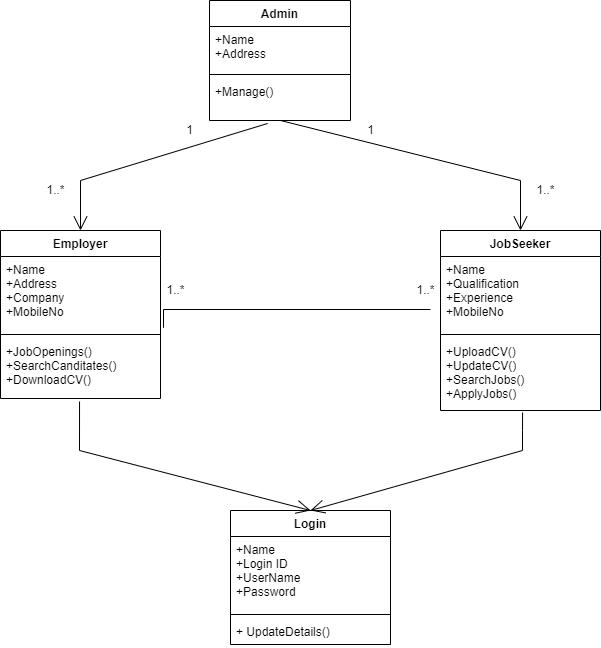
The draw.io diagram java-basics/02-12-2021/UML diagrams/Class Diagram.drawio.png in MuniswamiKokila/UST-prograd-training, before a commit. Source tidied: cells renumbered, new cells last; positions are measured from the earlier drawing's top-left corner, leaving out a move shared by most shapes. Its diagram source:
```xml
<mxGraphModel>
  <root>
    <mxCell id="0" />
    <mxCell id="1" parent="0" />
    <mxCell id="2" value="Admin" style="swimlane;fontStyle=1;align=center;verticalAlign=top;horizontal=1;startSize=26;" parent="1" vertex="1">
      <mxGeometry x="209" width="141" height="120" as="geometry" />
    </mxCell>
    <mxCell id="3" value="+Name&#10;+Address" style="text;strokeColor=none;fillColor=none;align=left;verticalAlign=top;spacingLeft=4;spacingRight=4;overflow=hidden;" parent="2" vertex="1">
      <mxGeometry y="26" width="141" height="44" as="geometry" />
    </mxCell>
    <mxCell id="4" style="line;strokeWidth=1;fillColor=none;align=left;verticalAlign=middle;spacingTop=-1;spacingLeft=3;spacingRight=3;labelPosition=right;" parent="2" vertex="1">
      <mxGeometry y="70" width="141" height="8" as="geometry" />
    </mxCell>
    <mxCell id="5" value="+Manage()" style="text;strokeColor=none;fillColor=none;align=left;verticalAlign=top;spacingLeft=4;spacingRight=4;overflow=hidden;points=[[0,0.5],[1,0.5]];portConstraint=eastwest;" parent="2" vertex="1">
      <mxGeometry y="78" width="141" height="42" as="geometry" />
    </mxCell>
    <mxCell id="6" value="Employer" style="swimlane;fontStyle=1;align=center;verticalAlign=top;horizontal=1;startSize=26;" parent="1" vertex="1">
      <mxGeometry y="230" width="160" height="168" as="geometry" />
    </mxCell>
    <mxCell id="7" value="+Name&#10;+Address&#10;+Company&#10;+MobileNo&#10;" style="text;strokeColor=none;fillColor=none;align=left;verticalAlign=top;spacingLeft=4;spacingRight=4;overflow=hidden;points=[[0,0.5],[1,0.5]];portConstraint=eastwest;" parent="6" vertex="1">
      <mxGeometry y="26" width="160" height="74" as="geometry" />
    </mxCell>
    <mxCell id="8" style="line;strokeWidth=1;fillColor=none;align=left;verticalAlign=middle;spacingTop=-1;spacingLeft=3;spacingRight=3;labelPosition=right;" parent="6" vertex="1">
      <mxGeometry y="100" width="160" height="8" as="geometry" />
    </mxCell>
    <mxCell id="9" value="+JobOpenings()&#10;+SearchCanditates()&#10;+DownloadCV()&#10;" style="text;strokeColor=none;fillColor=none;align=left;verticalAlign=top;spacingLeft=4;spacingRight=4;overflow=hidden;points=[[0,0.5],[1,0.5]];portConstraint=eastwest;" parent="6" vertex="1">
      <mxGeometry y="108" width="160" height="60" as="geometry" />
    </mxCell>
    <mxCell id="10" value="JobSeeker" style="swimlane;fontStyle=1;align=center;verticalAlign=top;horizontal=1;startSize=26;" parent="1" vertex="1">
      <mxGeometry x="440" y="230" width="160" height="180" as="geometry" />
    </mxCell>
    <mxCell id="11" value="+Name&#10;+Qualification&#10;+Experience&#10;+MobileNo" style="text;strokeColor=none;fillColor=none;align=left;verticalAlign=top;spacingLeft=4;spacingRight=4;overflow=hidden;" parent="10" vertex="1">
      <mxGeometry y="26" width="160" height="74" as="geometry" />
    </mxCell>
    <mxCell id="12" style="line;strokeWidth=1;fillColor=none;align=left;verticalAlign=middle;spacingTop=-1;spacingLeft=3;spacingRight=3;labelPosition=right;" parent="10" vertex="1">
      <mxGeometry y="100" width="160" height="8" as="geometry" />
    </mxCell>
    <mxCell id="13" value="+UploadCV()&#10;+UpdateCV()&#10;+SearchJobs()&#10;+ApplyJobs()" style="text;strokeColor=none;fillColor=none;align=left;verticalAlign=top;spacingLeft=4;spacingRight=4;overflow=hidden;points=[[0,0.5],[1,0.5]];portConstraint=eastwest;" parent="10" vertex="1">
      <mxGeometry y="108" width="160" height="72" as="geometry" />
    </mxCell>
    <mxCell id="14" style="endArrow=open;endFill=1;endSize=12;html=1;rounded=0;exitX=0.412;exitY=1.071;exitDx=0;exitDy=0;exitPerimeter=0;entryX=0.5;entryY=0;entryDx=0;entryDy=0;" parent="1" edge="1" source="5" target="6">
      <mxGeometry relative="1" as="geometry">
        <Array as="points">
          <mxPoint x="80" y="180" />
        </Array>
      </mxGeometry>
    </mxCell>
    <mxCell id="15" style="endArrow=open;endFill=1;endSize=12;html=1;rounded=0;entryX=0.5;entryY=0;entryDx=0;entryDy=0;" parent="1" edge="1" target="10">
      <mxGeometry relative="1" as="geometry">
        <mxPoint x="280" y="120" as="sourcePoint" />
        <Array as="points">
          <mxPoint x="520" y="180" />
        </Array>
      </mxGeometry>
    </mxCell>
    <mxCell id="16" value="1" style="text;html=1;align=center;verticalAlign=middle;fillColor=none;strokeColor=none;rounded=0;" parent="1" vertex="1">
      <mxGeometry x="179" y="120" width="20" height="20" as="geometry" />
    </mxCell>
    <mxCell id="17" value="1..*" style="text;html=1;align=center;verticalAlign=middle;fillColor=none;strokeColor=none;rounded=0;" parent="1" vertex="1">
      <mxGeometry x="40" y="180" width="30" height="20" as="geometry" />
    </mxCell>
    <mxCell id="18" value="1" style="text;html=1;align=center;verticalAlign=middle;fillColor=none;strokeColor=none;rounded=0;" parent="1" vertex="1">
      <mxGeometry x="360" y="120" width="20" height="20" as="geometry" />
    </mxCell>
    <mxCell id="19" value="1..*" style="text;html=1;align=center;verticalAlign=middle;fillColor=none;strokeColor=none;rounded=0;" parent="1" vertex="1">
      <mxGeometry x="530" y="180" width="30" height="20" as="geometry" />
    </mxCell>
    <mxCell id="20" style="endArrow=none;html=1;rounded=0;exitX=1.019;exitY=0.963;exitDx=0;exitDy=0;exitPerimeter=0;" parent="1" edge="1" source="7">
      <mxGeometry relative="1" as="geometry">
        <mxPoint x="430" y="309" as="targetPoint" />
        <Array as="points">
          <mxPoint x="163" y="309" />
        </Array>
      </mxGeometry>
    </mxCell>
    <mxCell id="21" value="1..*" style="text;html=1;align=center;verticalAlign=middle;fillColor=none;strokeColor=none;rounded=0;" parent="1" vertex="1">
      <mxGeometry x="160" y="280" width="30" height="20" as="geometry" />
    </mxCell>
    <mxCell id="22" value="1..*" style="text;html=1;align=center;verticalAlign=middle;fillColor=none;strokeColor=none;rounded=0;" parent="1" vertex="1">
      <mxGeometry x="410" y="280" width="30" height="20" as="geometry" />
    </mxCell>
    <mxCell id="23" value="Login" style="swimlane;fontStyle=1;align=center;verticalAlign=top;horizontal=1;startSize=26;" parent="1" vertex="1">
      <mxGeometry x="230" y="510" width="160" height="134" as="geometry" />
    </mxCell>
    <mxCell id="24" value="+Name&#10;+Login ID&#10;+UserName&#10;+Password" style="text;strokeColor=none;fillColor=none;align=left;verticalAlign=top;spacingLeft=4;spacingRight=4;overflow=hidden;" parent="23" vertex="1">
      <mxGeometry y="26" width="160" height="74" as="geometry" />
    </mxCell>
    <mxCell id="25" style="line;strokeWidth=1;fillColor=none;align=left;verticalAlign=middle;spacingTop=-1;spacingLeft=3;spacingRight=3;labelPosition=right;" parent="23" vertex="1">
      <mxGeometry y="100" width="160" height="8" as="geometry" />
    </mxCell>
    <mxCell id="26" value="+ UpdateDetails()" style="text;strokeColor=none;fillColor=none;align=left;verticalAlign=top;spacingLeft=4;spacingRight=4;overflow=hidden;" parent="23" vertex="1">
      <mxGeometry y="108" width="160" height="26" as="geometry" />
    </mxCell>
    <mxCell id="27" style="endArrow=open;endFill=1;endSize=12;html=1;rounded=0;exitX=0.494;exitY=1.05;exitDx=0;exitDy=0;exitPerimeter=0;entryX=0.5;entryY=0;entryDx=0;entryDy=0;" parent="1" edge="1" source="9" target="23">
      <mxGeometry relative="1" as="geometry">
        <Array as="points">
          <mxPoint x="79" y="450" />
        </Array>
      </mxGeometry>
    </mxCell>
    <mxCell id="28" style="endArrow=open;endFill=1;endSize=12;html=1;rounded=0;exitX=0.513;exitY=1.028;exitDx=0;exitDy=0;exitPerimeter=0;" parent="1" edge="1" source="13">
      <mxGeometry relative="1" as="geometry">
        <mxPoint x="310" y="510" as="targetPoint" />
        <Array as="points">
          <mxPoint x="522" y="430" />
          <mxPoint x="522" y="450" />
        </Array>
      </mxGeometry>
    </mxCell>
  </root>
</mxGraphModel>
```
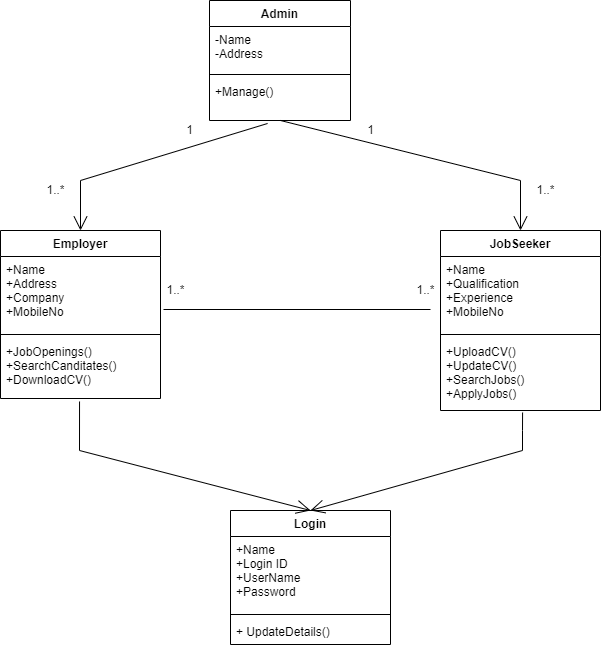
After the commit.

The edit, as a diff of the source:
```diff
@@ -5,7 +5,7 @@
     <mxCell id="2" value="Admin" style="swimlane;fontStyle=1;align=center;verticalAlign=top;horizontal=1;startSize=26;" parent="1" vertex="1">
       <mxGeometry x="209" width="141" height="120" as="geometry" />
     </mxCell>
-    <mxCell id="3" value="+Name&#10;+Address" style="text;strokeColor=none;fillColor=none;align=left;verticalAlign=top;spacingLeft=4;spacingRight=4;overflow=hidden;" parent="2" vertex="1">
+    <mxCell id="3" value="-Name&#10;-Address" style="text;strokeColor=none;fillColor=none;align=left;verticalAlign=top;spacingLeft=4;spacingRight=4;overflow=hidden;" parent="2" vertex="1">
       <mxGeometry y="26" width="141" height="44" as="geometry" />
     </mxCell>
     <mxCell id="4" style="line;strokeWidth=1;fillColor=none;align=left;verticalAlign=middle;spacingTop=-1;spacingLeft=3;spacingRight=3;labelPosition=right;" parent="2" vertex="1">
@@ -65,8 +65,9 @@
     <mxCell id="19" value="1..*" style="text;html=1;align=center;verticalAlign=middle;fillColor=none;strokeColor=none;rounded=0;" parent="1" vertex="1">
       <mxGeometry x="530" y="180" width="30" height="20" as="geometry" />
     </mxCell>
-    <mxCell id="20" style="endArrow=none;html=1;rounded=0;exitX=1.019;exitY=0.963;exitDx=0;exitDy=0;exitPerimeter=0;" parent="1" edge="1" source="7">
+    <mxCell id="20" style="endArrow=none;html=1;rounded=0;" parent="1" edge="1">
       <mxGeometry relative="1" as="geometry">
+        <mxPoint x="163" y="309" as="sourcePoint" />
         <mxPoint x="430" y="309" as="targetPoint" />
         <Array as="points">
           <mxPoint x="163" y="309" />
```
